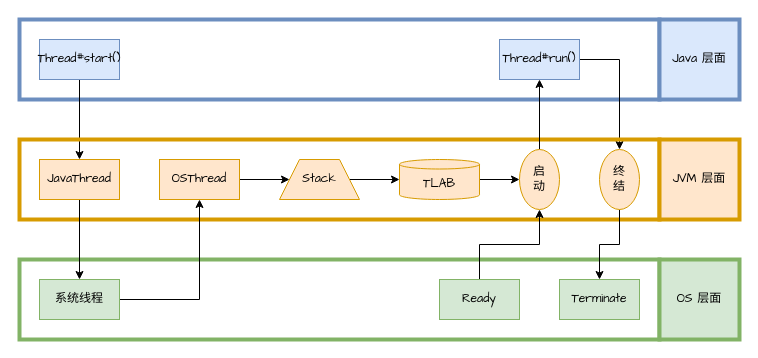
The draw.io diagram homework/src/main/resources/Java 线程的创建过程.drawio in YufuMxl/geek_java_practise, before the edit. Source tidied: cells renumbered, new cells numbered last; positions are measured from the earlier drawing's top-left corner, leaving out a move shared by most shapes. Both pictures are drawn from the tidied source at 100%, with x=0, y=0 at pixel (19, 19).
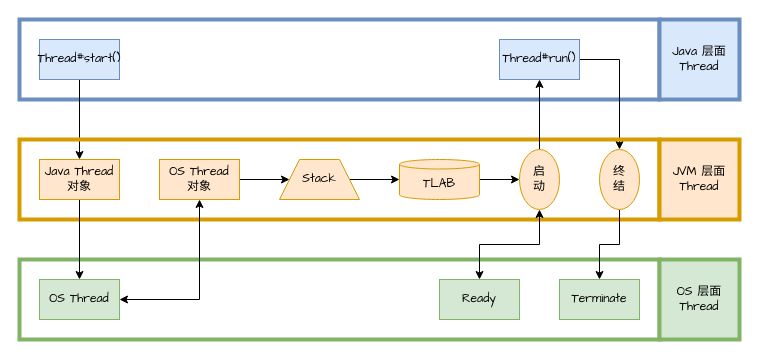
Above is the later version.

Commit message (it also covers changes not shown here):
Update Java 线程的创建过程.drawio

Unchanged cells that the change refers to:
```xml
<mxCell id="20" value="&lt;div&gt;启&lt;/div&gt;&lt;div&gt;动&lt;/div&gt;" style="ellipse;whiteSpace=wrap;html=1;strokeColor=#d79b00;strokeWidth=1;fillColor=#ffe6cc;fontFamily=Comic Sans MS;" parent="1" vertex="1">
  <mxGeometry x="500" y="130" width="40" height="60" as="geometry" />
</mxCell>
<mxCell id="24" value="Ready" style="rounded=0;whiteSpace=wrap;html=1;strokeColor=#82b366;strokeWidth=1;fillColor=#d5e8d4;fontFamily=Comic Sans MS;" parent="1" vertex="1">
  <mxGeometry x="420" y="260" width="80" height="40" as="geometry" />
</mxCell>
```

Change to the diagram source:
```diff
@@
-    <mxCell id="10" value="JavaThread" style="rounded=0;whiteSpace=wrap;html=1;strokeColor=#d79b00;strokeWidth=1;fillColor=#ffe6cc;fontFamily=Comic Sans MS;" parent="1" vertex="1">
+    <mxCell id="10" value="&lt;div&gt;Java Thread&lt;/div&gt;&lt;div&gt;对象&lt;br&gt;&lt;/div&gt;" style="rounded=0;whiteSpace=wrap;html=1;strokeColor=#d79b00;strokeWidth=1;fillColor=#ffe6cc;fontFamily=Comic Sans MS;" parent="1" vertex="1">
       <mxGeometry x="20" y="140" width="80" height="40" as="geometry" />
     </mxCell>
@@
-    <mxCell id="12" value="OSThread" style="rounded=0;whiteSpace=wrap;html=1;strokeColor=#d79b00;strokeWidth=1;fillColor=#ffe6cc;fontFamily=Comic Sans MS;" parent="1" vertex="1">
+    <mxCell id="12" value="&lt;div&gt;OS Thread&lt;/div&gt;&lt;div&gt;对象&lt;br&gt;&lt;/div&gt;" style="rounded=0;whiteSpace=wrap;html=1;strokeColor=#d79b00;strokeWidth=1;fillColor=#ffe6cc;fontFamily=Comic Sans MS;" parent="1" vertex="1">
       <mxGeometry x="140" y="140" width="80" height="40" as="geometry" />
     </mxCell>
-    <mxCell id="13" style="edgeStyle=orthogonalEdgeStyle;rounded=0;jettySize=auto;html=1;exitX=1;exitY=0.5;exitDx=0;exitDy=0;entryX=0.5;entryY=1;entryDx=0;entryDy=0;fontFamily=Comic Sans MS;" parent="1" edge="1" source="14" target="12">
+    <mxCell id="13" style="edgeStyle=orthogonalEdgeStyle;rounded=0;jettySize=auto;html=1;exitX=1;exitY=0.5;exitDx=0;exitDy=0;entryX=0.5;entryY=1;entryDx=0;entryDy=0;fontFamily=Comic Sans MS;startArrow=classic;startFill=1;" parent="1" edge="1" source="14" target="12">
       <mxGeometry relative="1" as="geometry" />
     </mxCell>
-    <mxCell id="14" value="系统线程" style="rounded=0;whiteSpace=wrap;html=1;strokeColor=#82b366;strokeWidth=1;fillColor=#d5e8d4;fontFamily=Comic Sans MS;" parent="1" vertex="1">
+    <mxCell id="14" value="OS Thread" style="rounded=0;whiteSpace=wrap;html=1;strokeColor=#82b366;strokeWidth=1;fillColor=#d5e8d4;fontFamily=Comic Sans MS;" parent="1" vertex="1">
       <mxGeometry x="20" y="260" width="80" height="40" as="geometry" />
     </mxCell>
@@
-    <mxCell id="23" style="edgeStyle=orthogonalEdgeStyle;rounded=0;jettySize=auto;html=1;exitX=0.5;exitY=0;exitDx=0;exitDy=0;entryX=0.5;entryY=1;entryDx=0;entryDy=0;fontFamily=Comic Sans MS;" parent="1" edge="1" source="24" target="20">
+    <mxCell id="23" style="edgeStyle=orthogonalEdgeStyle;rounded=0;jettySize=auto;html=1;exitX=0.5;exitY=0;exitDx=0;exitDy=0;entryX=0.5;entryY=1;entryDx=0;entryDy=0;fontFamily=Comic Sans MS;startArrow=classic;startFill=1;" parent="1" edge="1" source="24" target="20">
       <mxGeometry relative="1" as="geometry" />
     </mxCell>
@@
-    <mxCell id="26" value="Java 层面" style="text;html=1;strokeColor=#6c8ebf;fillColor=#dae8fc;align=center;verticalAlign=middle;whiteSpace=wrap;rounded=0;strokeWidth=4;fontFamily=Comic Sans MS;" parent="1" vertex="1">
+    <mxCell id="26" value="&lt;div&gt;Java 层面&lt;/div&gt;Thread" style="text;html=1;strokeColor=#6c8ebf;fillColor=#dae8fc;align=center;verticalAlign=middle;whiteSpace=wrap;rounded=0;strokeWidth=4;fontFamily=Comic Sans MS;" parent="1" vertex="1">
       <mxGeometry x="640" width="80" height="80" as="geometry" />
     </mxCell>
-    <mxCell id="27" value="JVM 层面" style="text;html=1;strokeColor=#d79b00;fillColor=#ffe6cc;align=center;verticalAlign=middle;whiteSpace=wrap;rounded=0;strokeWidth=4;fontFamily=Comic Sans MS;" parent="1" vertex="1">
+    <mxCell id="27" value="&lt;div&gt;JVM 层面&lt;/div&gt;Thread" style="text;html=1;strokeColor=#d79b00;fillColor=#ffe6cc;align=center;verticalAlign=middle;whiteSpace=wrap;rounded=0;strokeWidth=4;fontFamily=Comic Sans MS;" parent="1" vertex="1">
       <mxGeometry x="640" y="120" width="80" height="80" as="geometry" />
     </mxCell>
-    <mxCell id="28" value="OS 层面" style="text;html=1;strokeColor=#82b366;fillColor=#d5e8d4;align=center;verticalAlign=middle;whiteSpace=wrap;rounded=0;strokeWidth=4;fontFamily=Comic Sans MS;" parent="1" vertex="1">
+    <mxCell id="28" value="&lt;div&gt;OS 层面&lt;/div&gt;Thread" style="text;html=1;strokeColor=#82b366;fillColor=#d5e8d4;align=center;verticalAlign=middle;whiteSpace=wrap;rounded=0;strokeWidth=4;fontFamily=Comic Sans MS;" parent="1" vertex="1">
       <mxGeometry x="640" y="240" width="80" height="80" as="geometry" />
     </mxCell>
```
